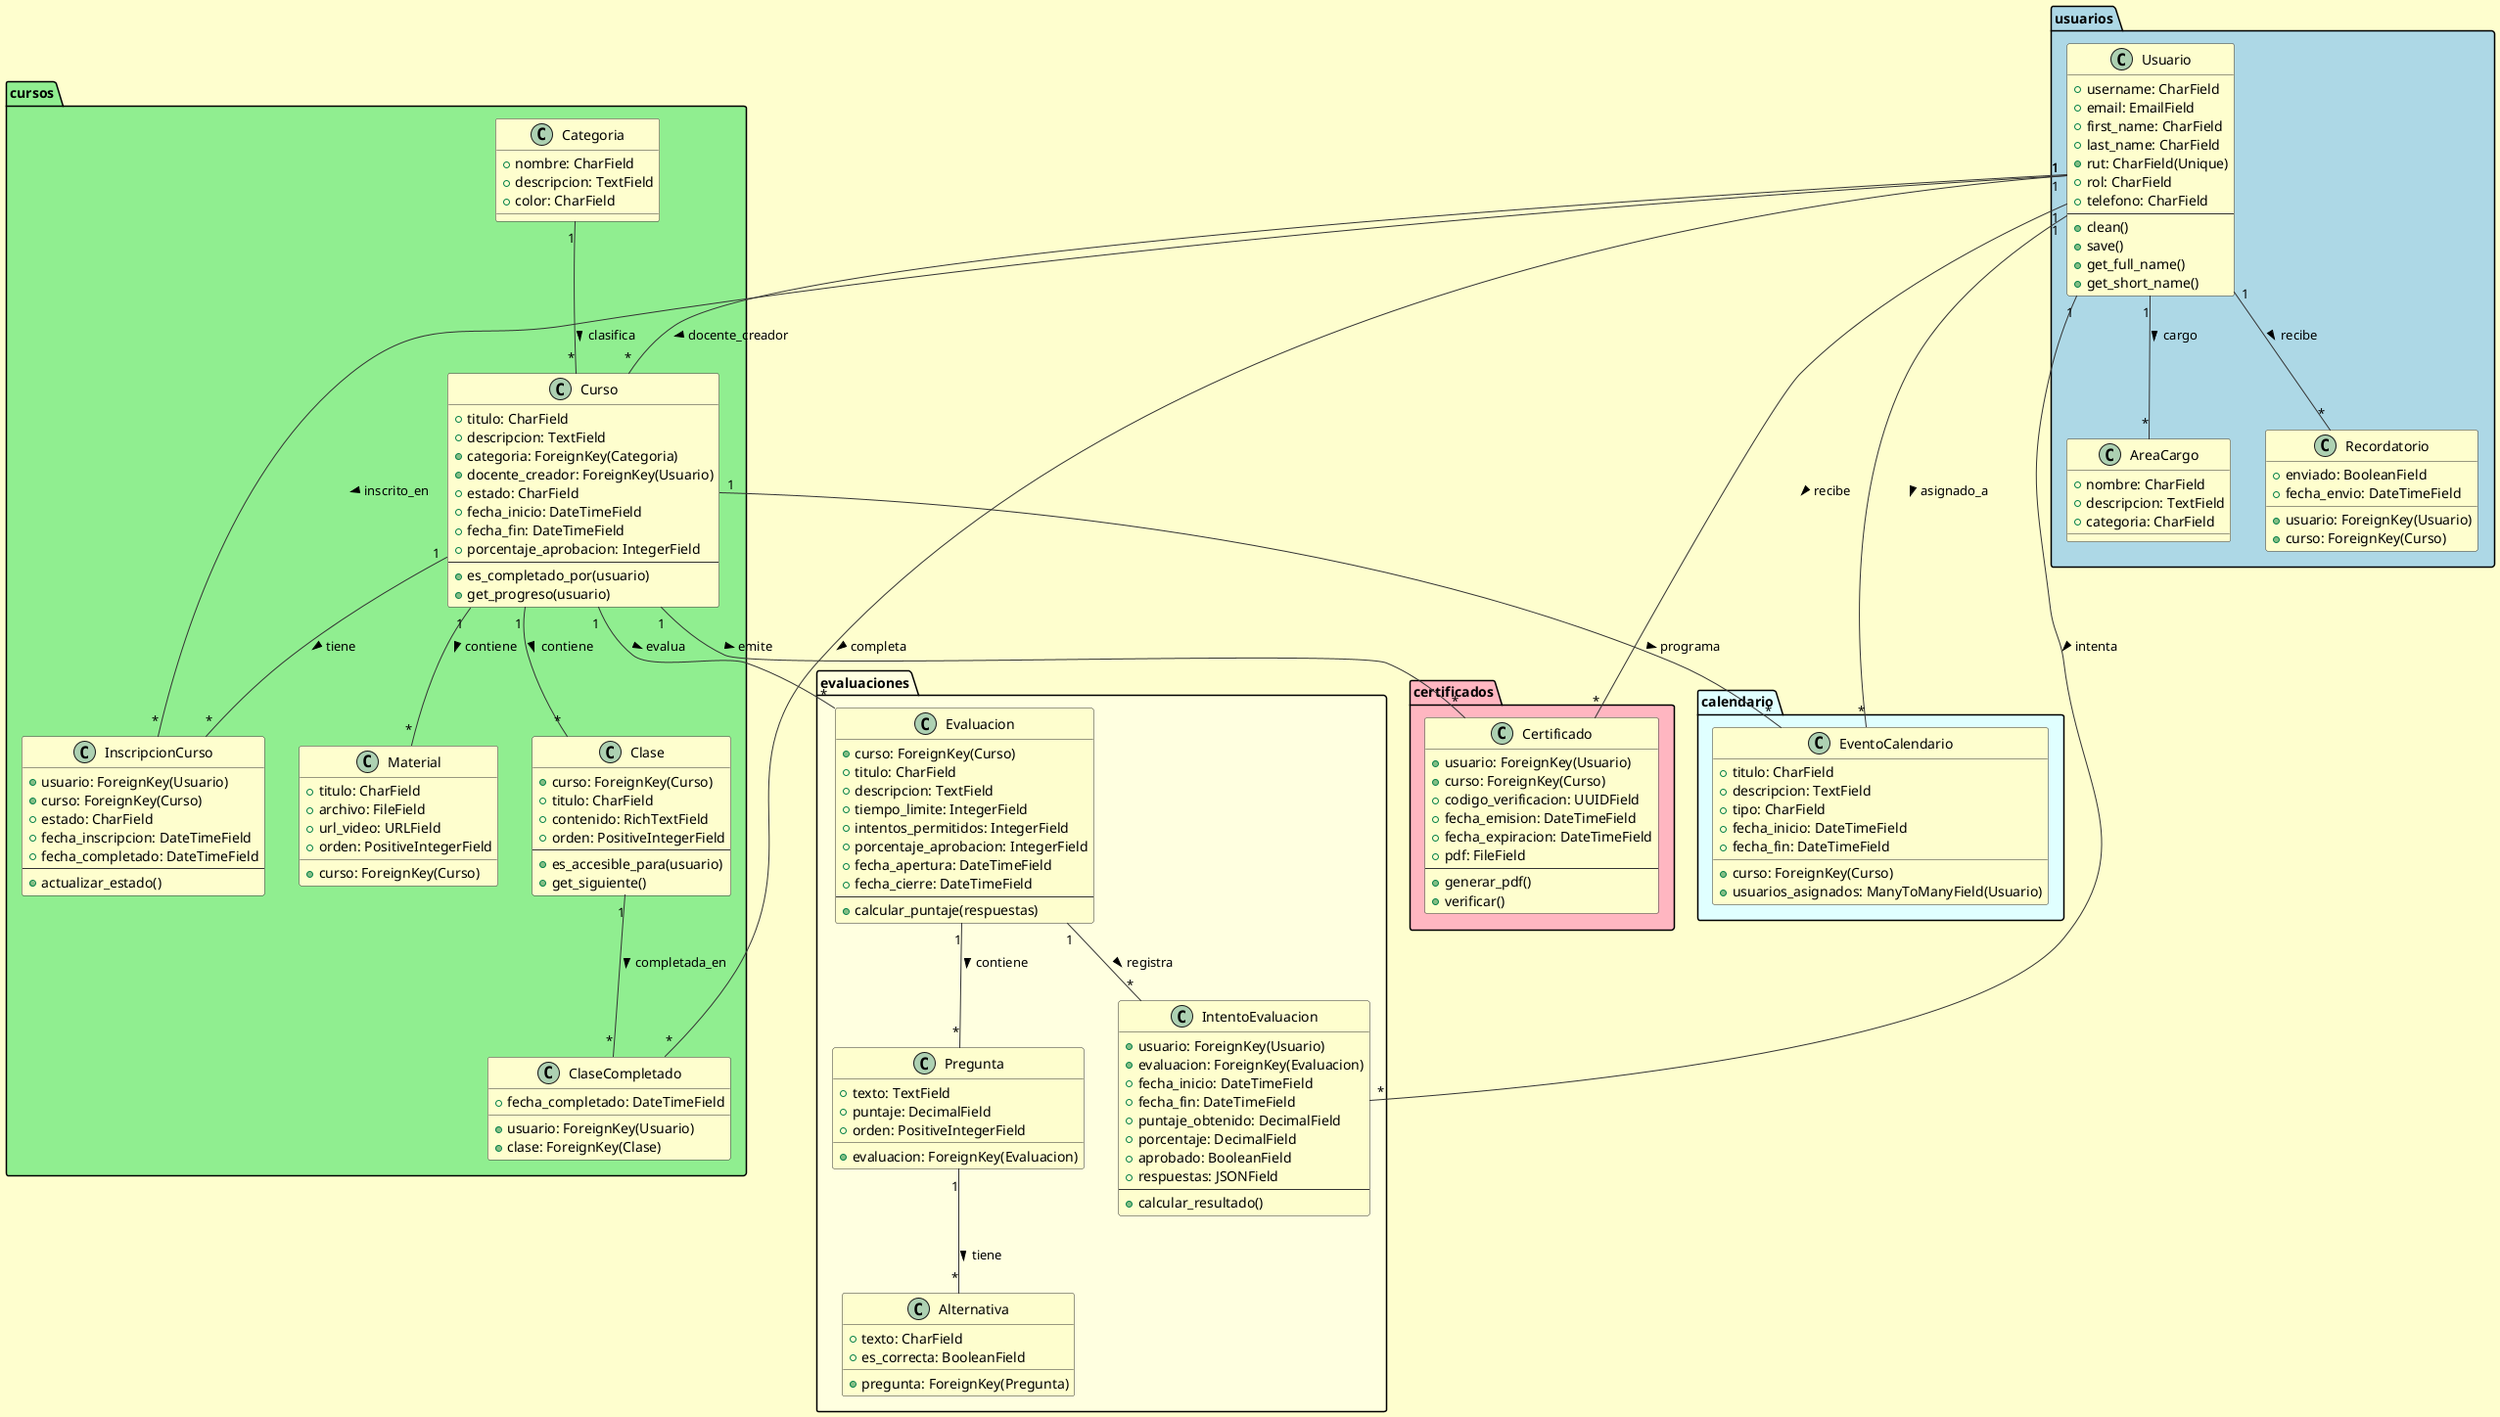
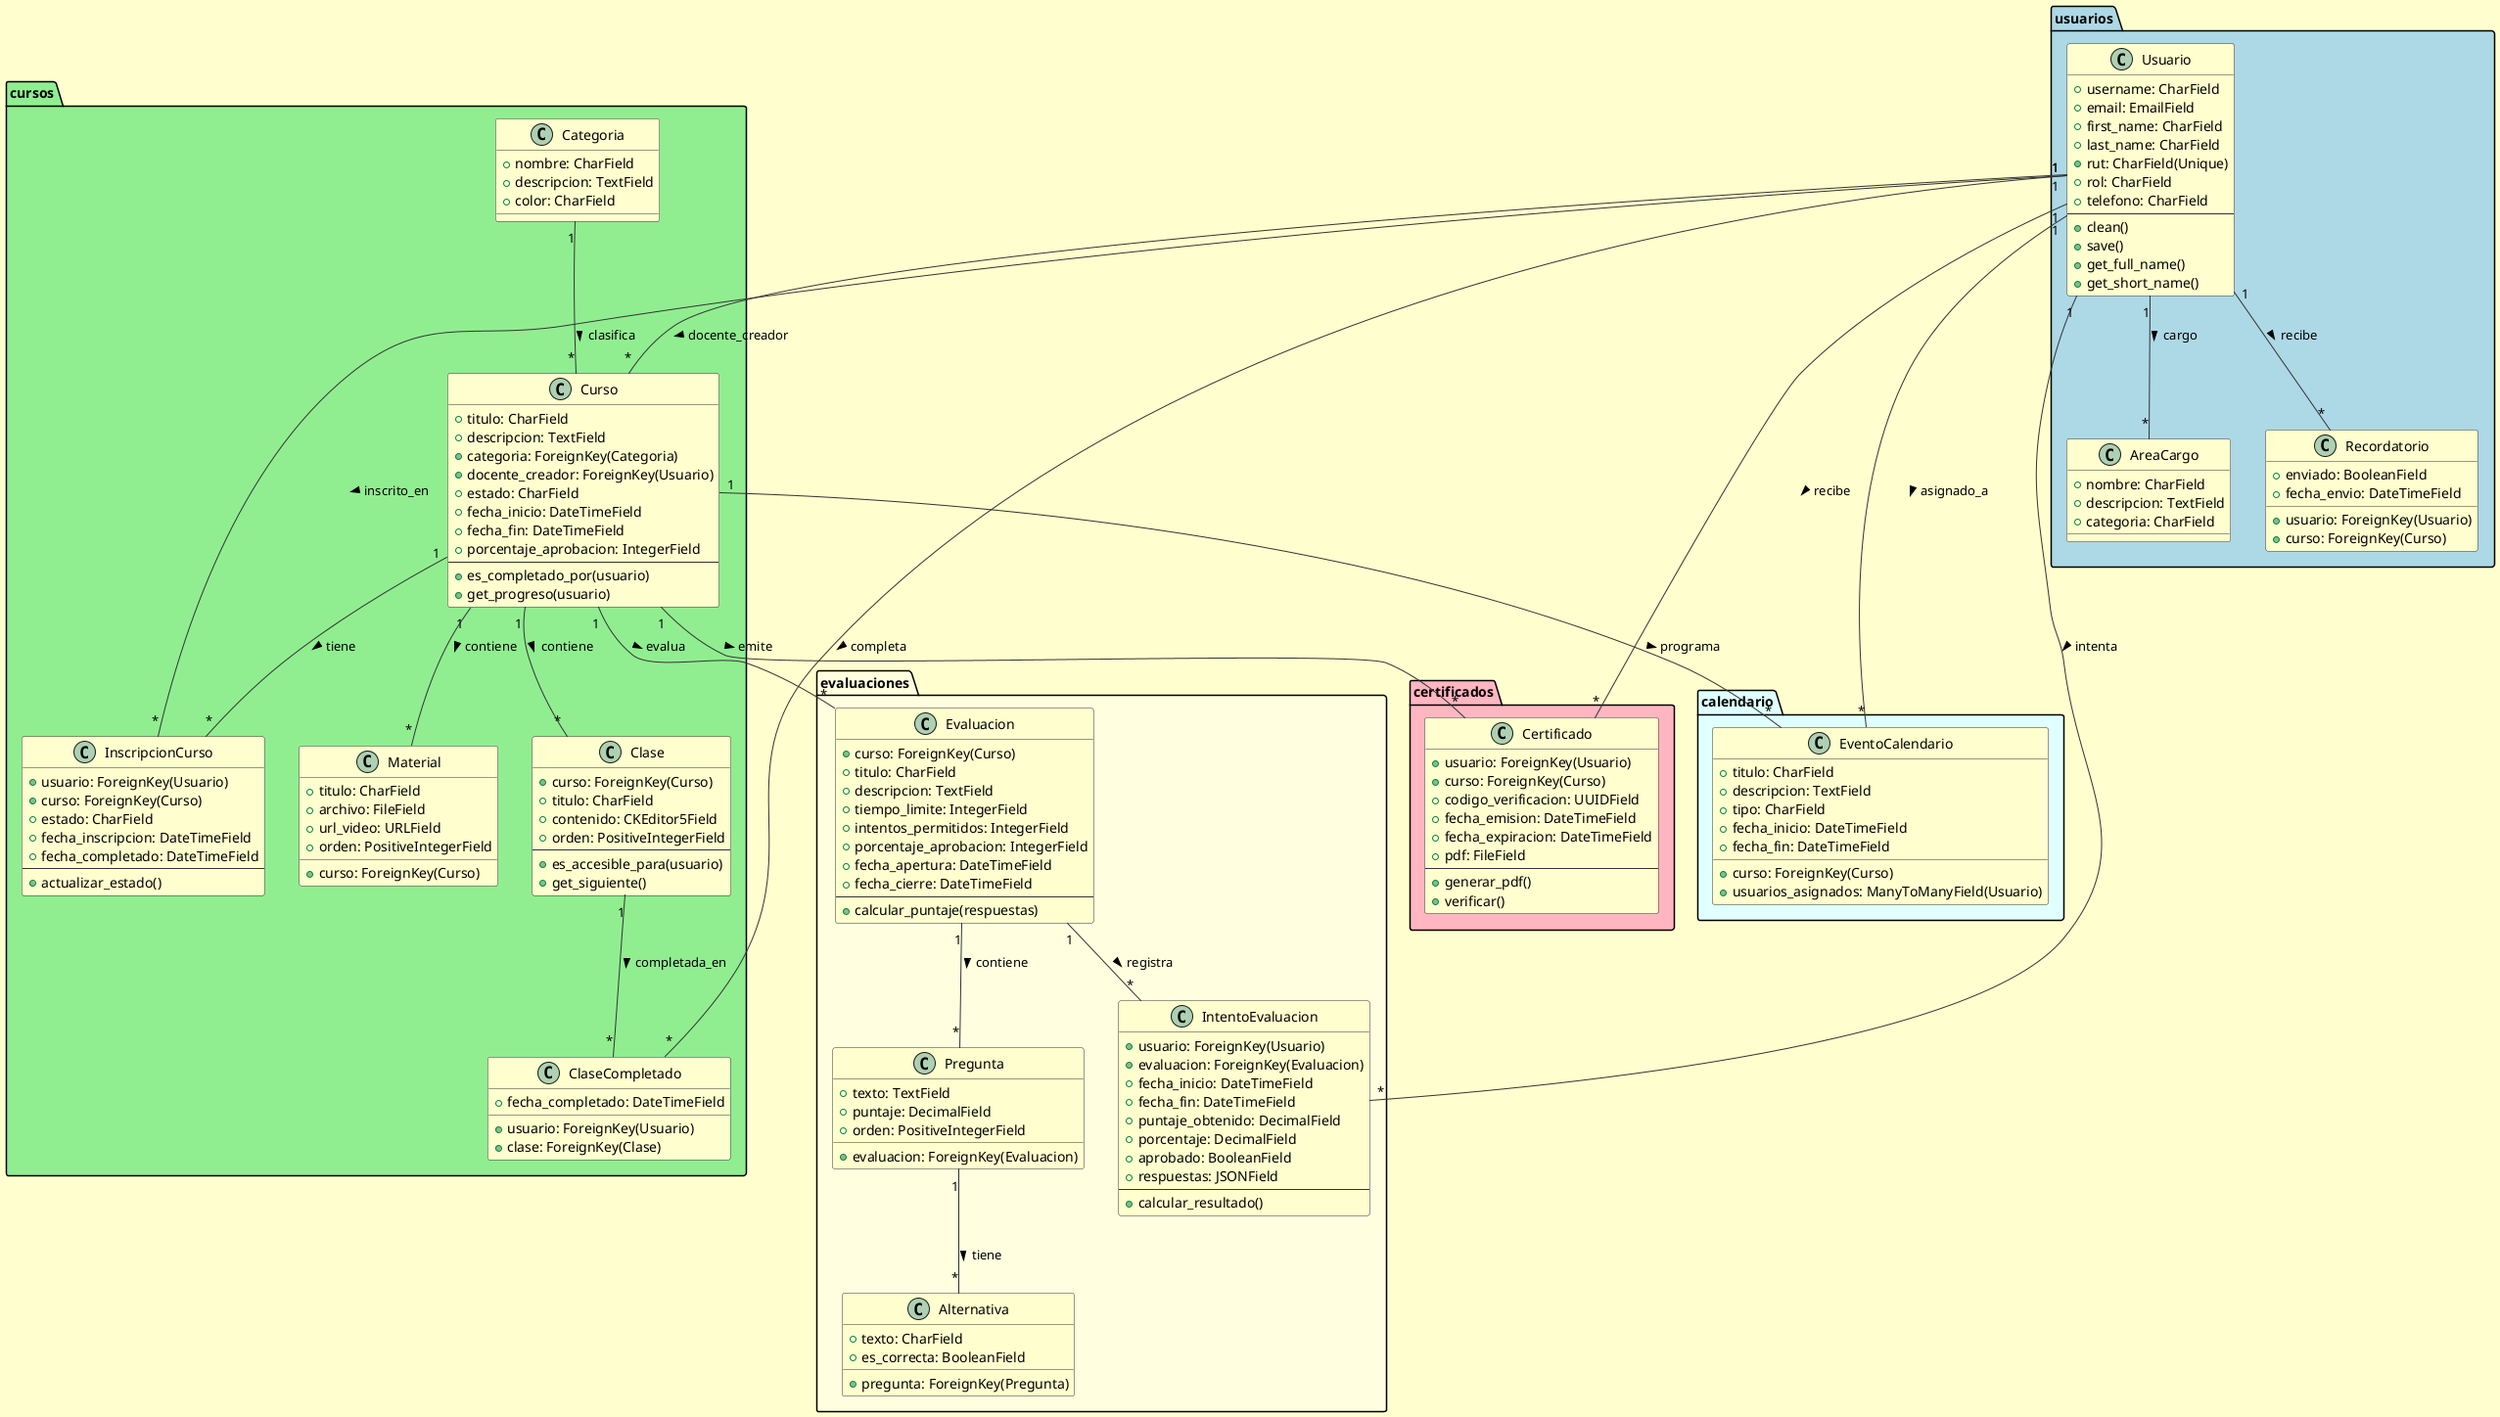
@startuml
skinparam backgroundColor #FEFECE
skinparam classBackgroundColor #FEFECE
skinparam classBorderColor #333333
skinparam classArrowColor #333333

package "usuarios" #LightBlue {
    class Usuario {
        +username: CharField
        +email: EmailField
        +first_name: CharField
        +last_name: CharField
        +rut: CharField(Unique)
        +rol: CharField
        +telefono: CharField
        --
        +clean()
        +save()
        +get_full_name()
        +get_short_name()
    }

    class AreaCargo {
        +nombre: CharField
        +descripcion: TextField
        +categoria: CharField
    }

    class Recordatorio {
        +usuario: ForeignKey(Usuario)
        +curso: ForeignKey(Curso)
        +enviado: BooleanField
        +fecha_envio: DateTimeField
    }
}

package "cursos" #LightGreen {
    class Categoria {
        +nombre: CharField
        +descripcion: TextField
        +color: CharField
    }

    class Curso {
        +titulo: CharField
        +descripcion: TextField
        +categoria: ForeignKey(Categoria)
        +docente_creador: ForeignKey(Usuario)
        +estado: CharField
        +fecha_inicio: DateTimeField
        +fecha_fin: DateTimeField
        +porcentaje_aprobacion: IntegerField
        --
        +es_completado_por(usuario)
        +get_progreso(usuario)
    }

    class Material {
        +curso: ForeignKey(Curso)
        +titulo: CharField
        +archivo: FileField
        +url_video: URLField
        +orden: PositiveIntegerField
    }

    class Clase {
        +curso: ForeignKey(Curso)
        +titulo: CharField
-         +contenido: RichTextField
+         +contenido: CKEditor5Field
        +orden: PositiveIntegerField
        --
        +es_accesible_para(usuario)
        +get_siguiente()
    }

    class InscripcionCurso {
        +usuario: ForeignKey(Usuario)
        +curso: ForeignKey(Curso)
        +estado: CharField
        +fecha_inscripcion: DateTimeField
        +fecha_completado: DateTimeField
        --
        +actualizar_estado()
    }

    class ClaseCompletado {
        +usuario: ForeignKey(Usuario)
        +clase: ForeignKey(Clase)
        +fecha_completado: DateTimeField
    }
}

package "evaluaciones" #LightYellow {
    class Evaluacion {
        +curso: ForeignKey(Curso)
        +titulo: CharField
        +descripcion: TextField
        +tiempo_limite: IntegerField
        +intentos_permitidos: IntegerField
        +porcentaje_aprobacion: IntegerField
        +fecha_apertura: DateTimeField
        +fecha_cierre: DateTimeField
        --
        +calcular_puntaje(respuestas)
    }

    class Pregunta {
        +evaluacion: ForeignKey(Evaluacion)
        +texto: TextField
        +puntaje: DecimalField
        +orden: PositiveIntegerField
    }

    class Alternativa {
        +pregunta: ForeignKey(Pregunta)
        +texto: CharField
        +es_correcta: BooleanField
    }

    class IntentoEvaluacion {
        +usuario: ForeignKey(Usuario)
        +evaluacion: ForeignKey(Evaluacion)
        +fecha_inicio: DateTimeField
        +fecha_fin: DateTimeField
        +puntaje_obtenido: DecimalField
        +porcentaje: DecimalField
        +aprobado: BooleanField
        +respuestas: JSONField
        --
        +calcular_resultado()
    }
}

package "certificados" #LightPink {
    class Certificado {
        +usuario: ForeignKey(Usuario)
        +curso: ForeignKey(Curso)
        +codigo_verificacion: UUIDField
        +fecha_emision: DateTimeField
        +fecha_expiracion: DateTimeField
        +pdf: FileField
        --
        +generar_pdf()
        +verificar()
    }
}

package "calendario" #LightCyan {
    class EventoCalendario {
        +titulo: CharField
        +descripcion: TextField
        +tipo: CharField
        +curso: ForeignKey(Curso)
        +fecha_inicio: DateTimeField
        +fecha_fin: DateTimeField
        +usuarios_asignados: ManyToManyField(Usuario)
    }
}

' Relaciones
Usuario "1" -- "*" AreaCargo : cargo >
Usuario "1" -- "*" Recordatorio : recibe >
Usuario "1" -- "*" InscripcionCurso : inscrito_en >
Usuario "1" -- "*" ClaseCompletado : completa >
Usuario "1" -- "*" IntentoEvaluacion : intenta >
Usuario "1" -- "*" Certificado : recibe >

Categoria "1" -- "*" Curso : clasifica >
Curso "1" -- "*" Material : contiene >
Curso "1" -- "*" Clase : contiene >
Curso "1" -- "*" InscripcionCurso : tiene >
Curso "1" -- "*" Evaluacion : evalua >
Curso "1" -- "*" Certificado : emite >
Curso "1" -- "*" EventoCalendario : programa >

Clase "1" -- "*" ClaseCompletado : completada_en >

Evaluacion "1" -- "*" Pregunta : contiene >
Pregunta "1" -- "*" Alternativa : tiene >
Evaluacion "1" -- "*" IntentoEvaluacion : registra >

Usuario "1" -- "*" Curso : docente_creador >
Usuario "1" -- "*" EventoCalendario : asignado_a >

@enduml